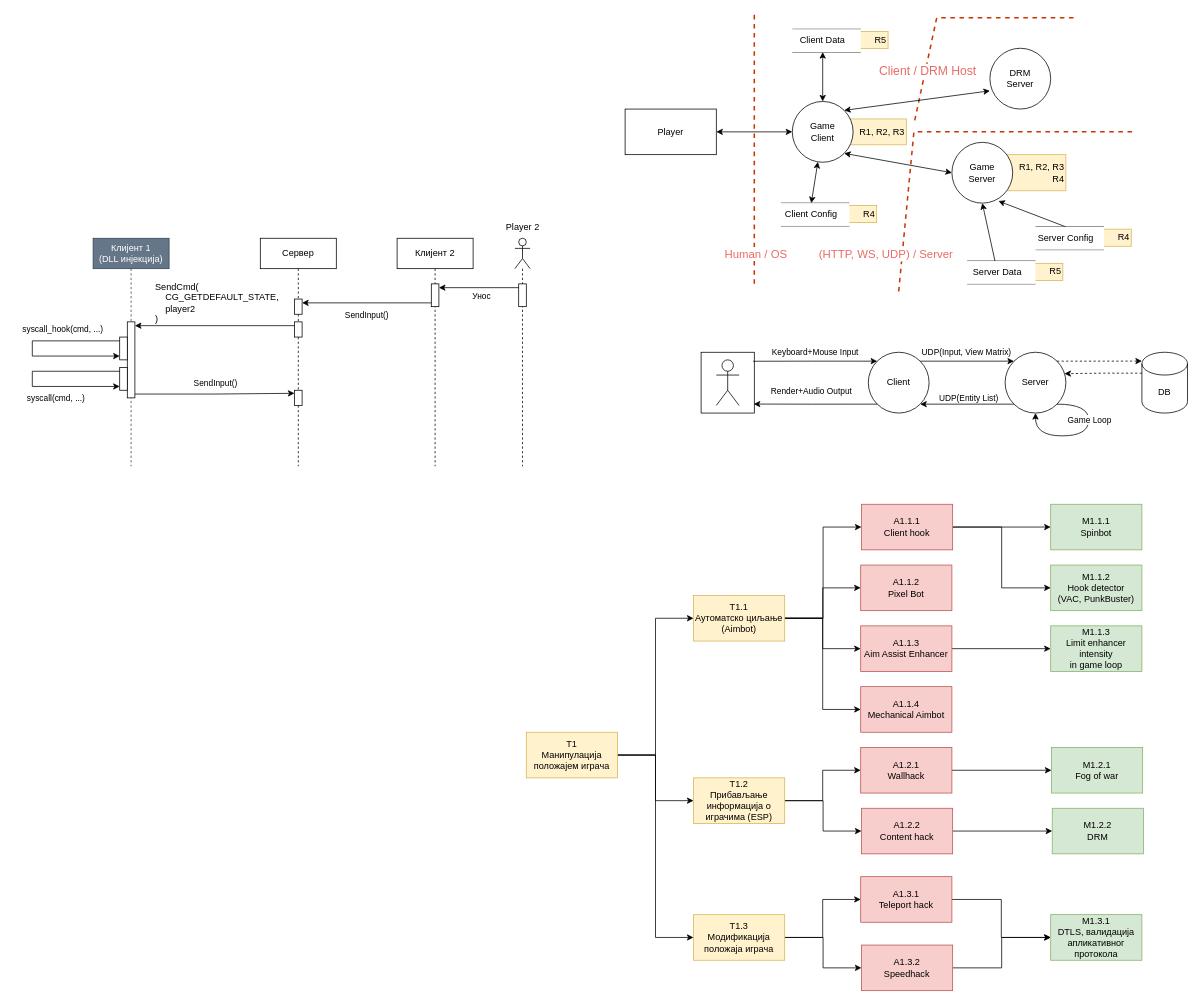
Earlier version of the draw.io diagram fps/diagram.drawio (magley/game-threat-model). Source tidied: cells renumbered, new cells numbered last; positions are measured from the earlier drawing's top-left corner, leaving out a move shared by most shapes. Both pictures are drawn from the tidied source at 76%, with x=0, y=0 at pixel (13, 14).
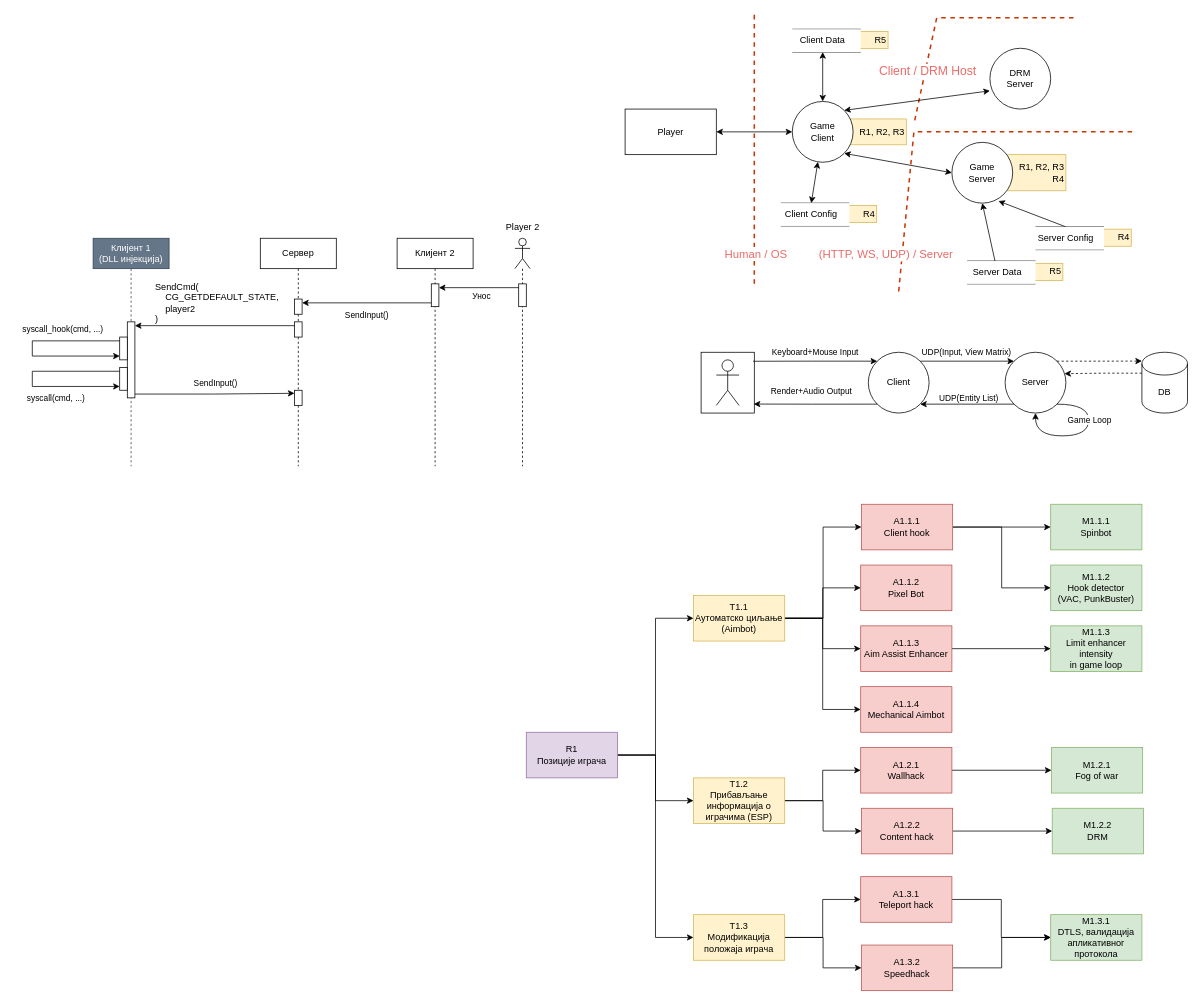
Above is the later version.

What changed in the source:
```diff
@@
-    <mxCell id="57" value="T1&lt;div&gt;Манипулација положајем играча&lt;/div&gt;" style="rounded=0;whiteSpace=wrap;html=1;fillColor=#fff2cc;strokeColor=#d6b656;" parent="1" vertex="1">
+    <mxCell id="57" value="R1&lt;div&gt;Позиције играча&lt;/div&gt;" style="rounded=0;whiteSpace=wrap;html=1;fillColor=#e1d5e7;strokeColor=#9673a6;" parent="1" vertex="1">
       <mxGeometry x="675" y="945" width="120" height="60" as="geometry" />
     </mxCell>
```
